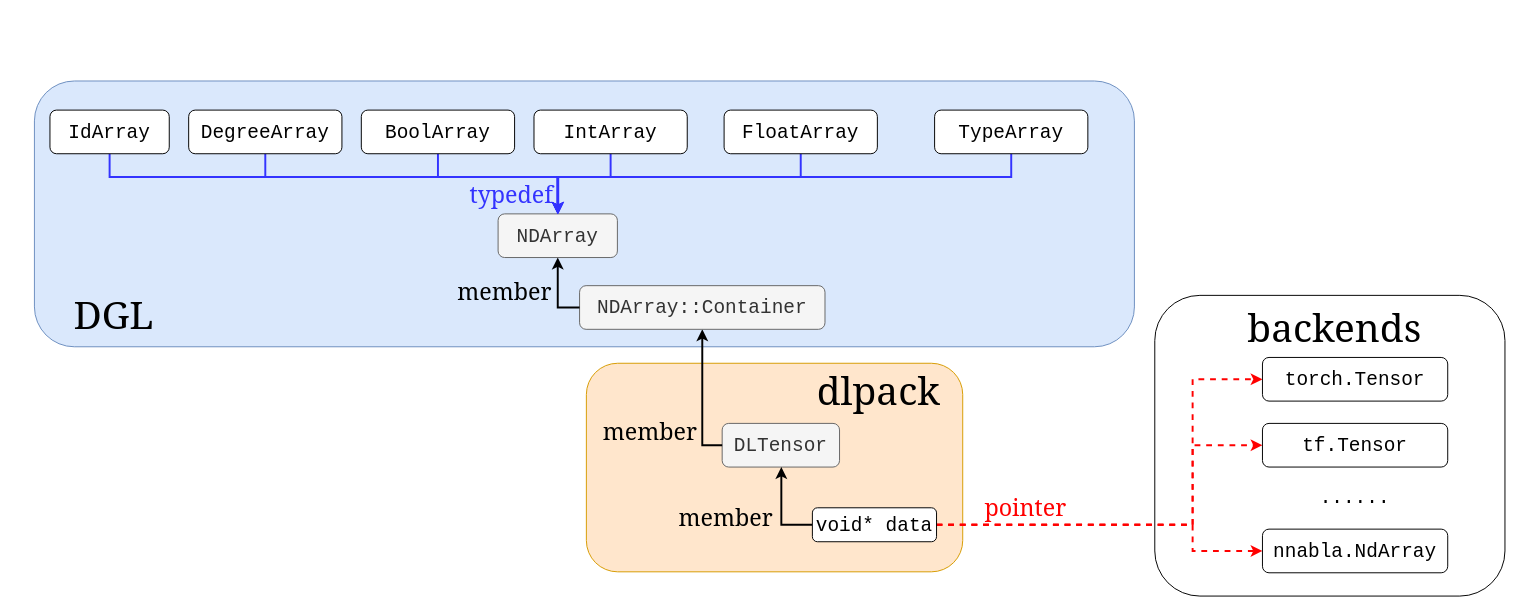
Above: sec_learning/Algorithm/GNN_DGL_Memory_Management/pic/drawio/memory.drawio in zobinHuang/zobinhuang.github.io (draw.io), before the change. Source tidied: cells renumbered, new cells numbered last; positions are measured from the earlier drawing's top-left corner, leaving out a move shared by most shapes. Both pictures are drawn from the tidied source at 97%, with x=0, y=0 at pixel (34, 81).
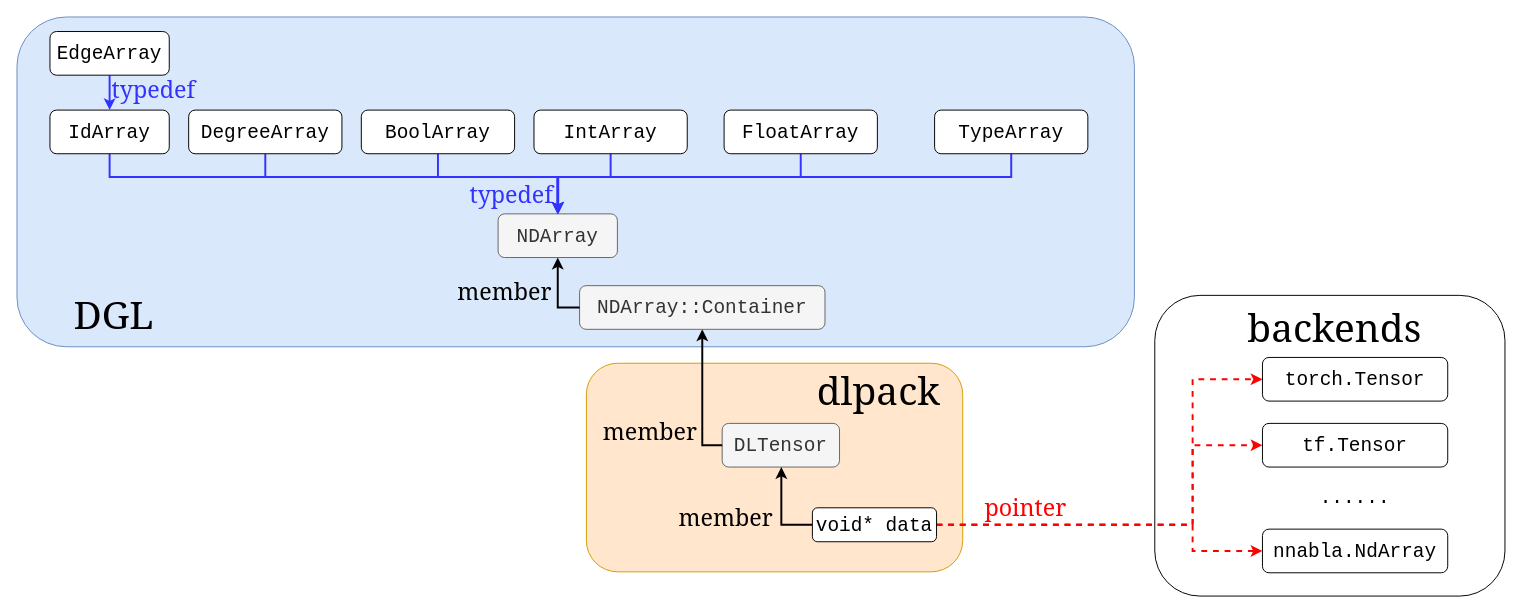
The same diagram, later.

The change refers to these unchanged cells:
```xml
<mxCell id="18" value="&lt;font face=&quot;Courier New&quot; style=&quot;font-size: 20px&quot;&gt;IdArray&lt;/font&gt;" style="rounded=1;whiteSpace=wrap;html=1;" parent="1" vertex="1">
  <mxGeometry x="16" y="30" width="123" height="45" as="geometry" />
</mxCell>
```

Diff of the diagram source:
```diff
@@
     <mxCell id="4" style="rounded=1;whiteSpace=wrap;html=1;fontFamily=Georgia;fontSize=24;fillColor=#dae8fc;strokeColor=#6c8ebf;" parent="1" vertex="1">
-      <mxGeometry width="1134" height="274" as="geometry" />
+      <mxGeometry x="-18" y="-66" width="1152" height="340" as="geometry" />
     </mxCell>
@@
+    <mxCell id="39" style="edgeStyle=orthogonalEdgeStyle;rounded=0;jettySize=auto;html=1;strokeColor=#3333FF;strokeWidth=2;" parent="1" edge="1" source="40" target="18">
+      <mxGeometry relative="1" as="geometry" />
+    </mxCell>
+    <mxCell id="40" value="&lt;font face=&quot;Courier New&quot; style=&quot;font-size: 20px&quot;&gt;EdgeArray&lt;/font&gt;" style="rounded=1;whiteSpace=wrap;html=1;" parent="1" vertex="1">
+      <mxGeometry x="16" y="-51" width="123" height="45" as="geometry" />
+    </mxCell>
+    <mxCell id="41" value="&lt;font face=&quot;Georgia&quot; style=&quot;font-size: 24px&quot;&gt;&lt;span style=&quot;font-weight: normal&quot;&gt;typedef&lt;/span&gt;&lt;/font&gt;" style="text;html=1;strokeColor=none;fillColor=none;align=center;verticalAlign=middle;whiteSpace=wrap;rounded=0;fontFamily=Courier New;fontSize=20;fontStyle=1;fontColor=#3333FF;" parent="1" vertex="1">
+      <mxGeometry x="93" y="-6" width="60" height="30" as="geometry" />
+    </mxCell>
```
